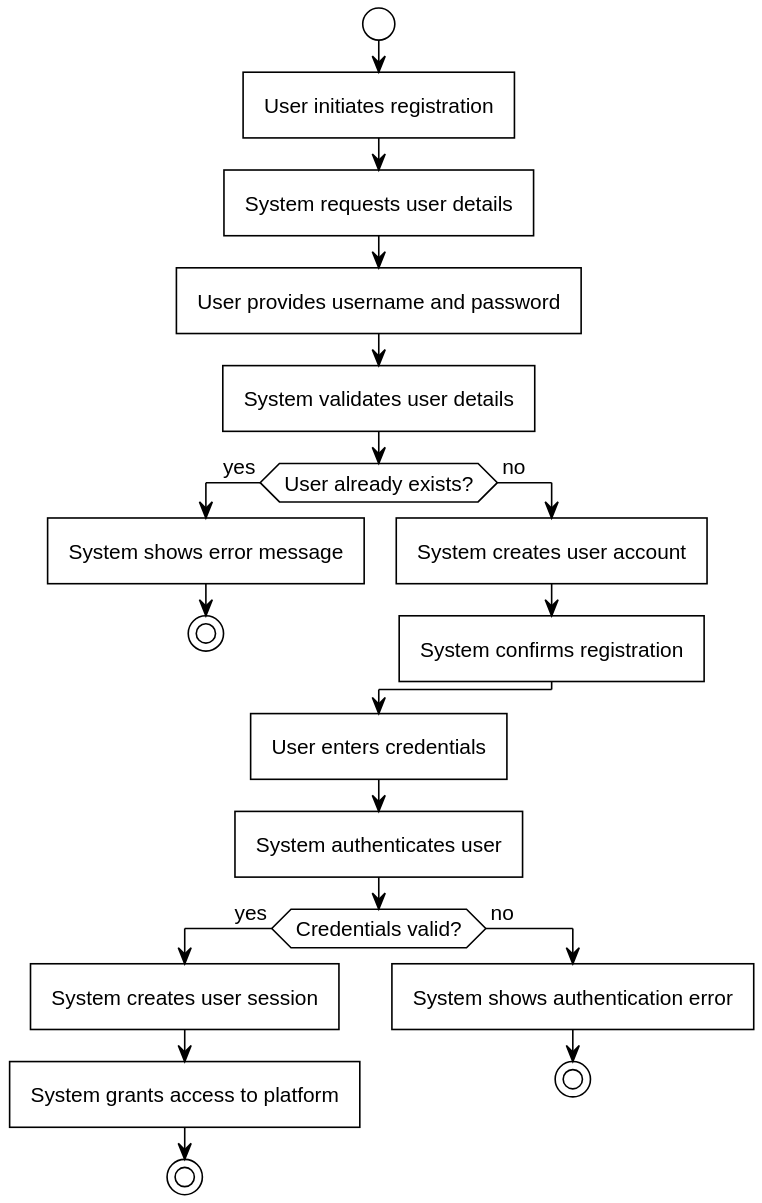
Before: out/Analysis/ActivityDIagrams/UserOnboarding/UserOnboarding.svg, a diagram exported from PlantUML (SEPCheesecakeFactory/SEP3).
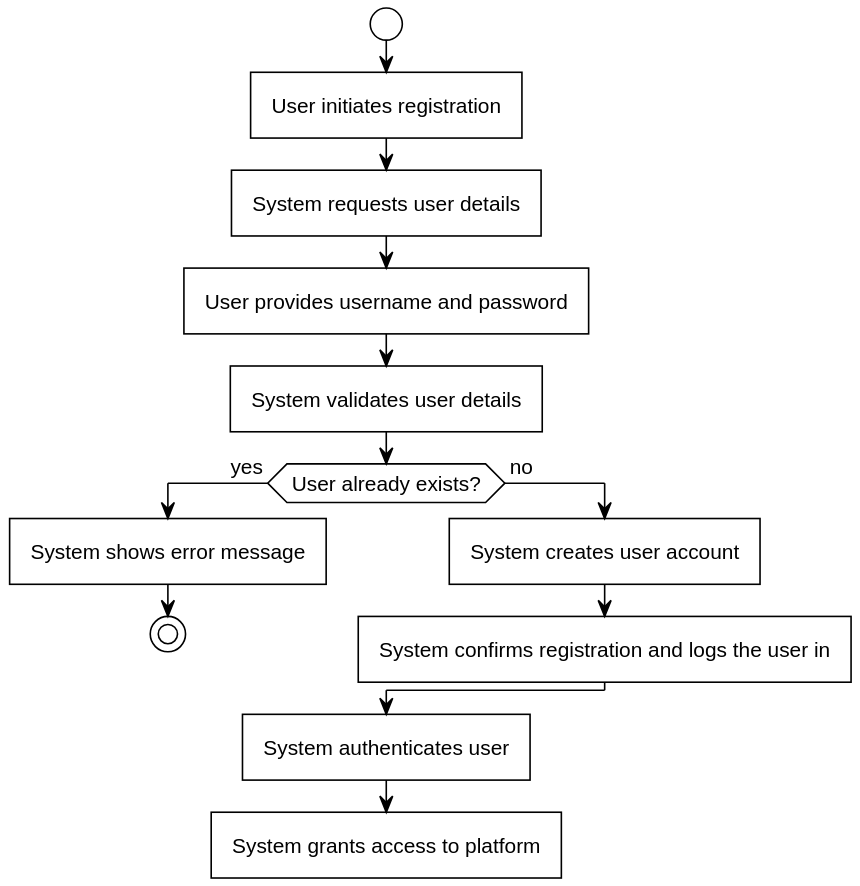
The same file after the commit.

Change to the diagram source:
```diff
@@ -10,17 +10,9 @@
     stop
 else (no)
     :System creates user account;
-    :System confirms registration;
+    :System confirms registration and logs the user in;
 endif
 
-:User enters credentials;
 :System authenticates user;
-if (Credentials valid?) then (yes)
-    :System creates user session;
-    :System grants access to platform;
-    stop
-else (no)
-    :System shows authentication error;
-    stop
-endif
+:System grants access to platform;
 @enduml
```
